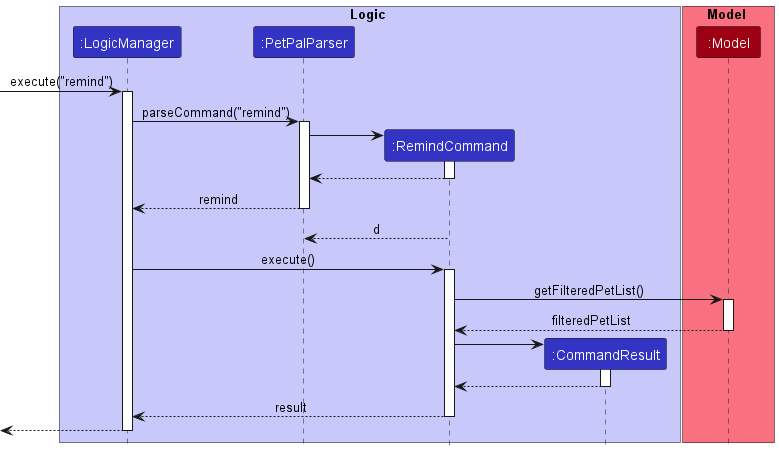
This is docs/images/diagrams/RemindSequenceDiagram.png from nus-cs2103-AY2223S2/tp, a PlantUML export, as it was before one commit.
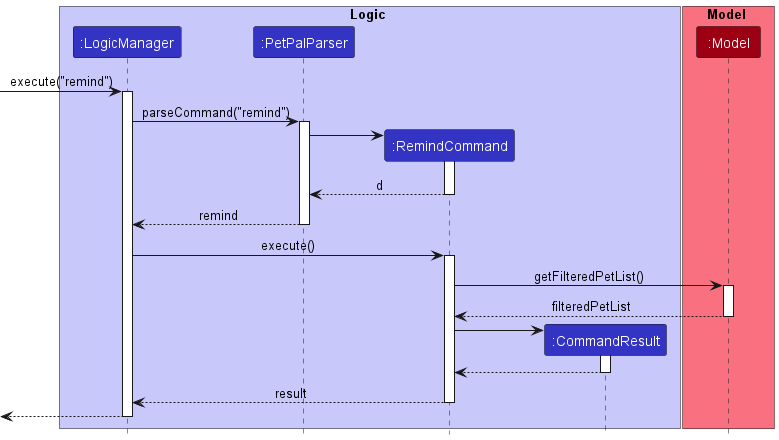
The same file after the commit.

Commit message:
Fixed PPP bug as well as DG diagrams

The edit, as a diff of the source:
```diff
@@ -22,14 +22,11 @@
 PetPalParser -> RemindCommand
 activate RemindCommand
 
-RemindCommand --> PetPalParser
+RemindCommand --> PetPalParser:d
 deactivate RemindCommand
 
 PetPalParser --> LogicManager : remind
 deactivate PetPalParser
-
-RemindCommand --> PetPalParser : d
-deactivate RemindCommand
 
 LogicManager -> RemindCommand : execute()
 activate RemindCommand
```
